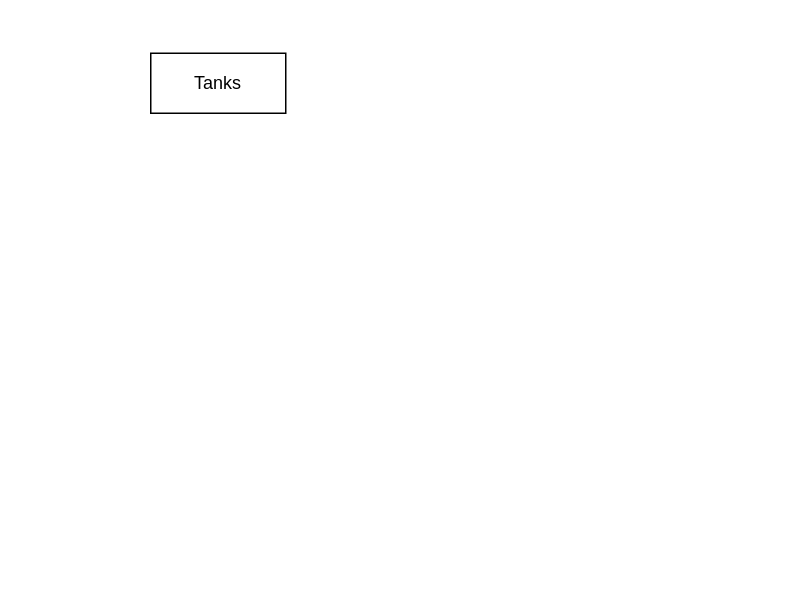
The draw.io diagram Tanks.drawio in bsawyerr/Ndrive, before the edit. Source tidied: cells renumbered, new cells numbered last; positions are measured from the earlier drawing's top-left corner, leaving out a move shared by most shapes. Both pictures are drawn from the tidied source at 150%, with x=0, y=0 at pixel (150, 52).
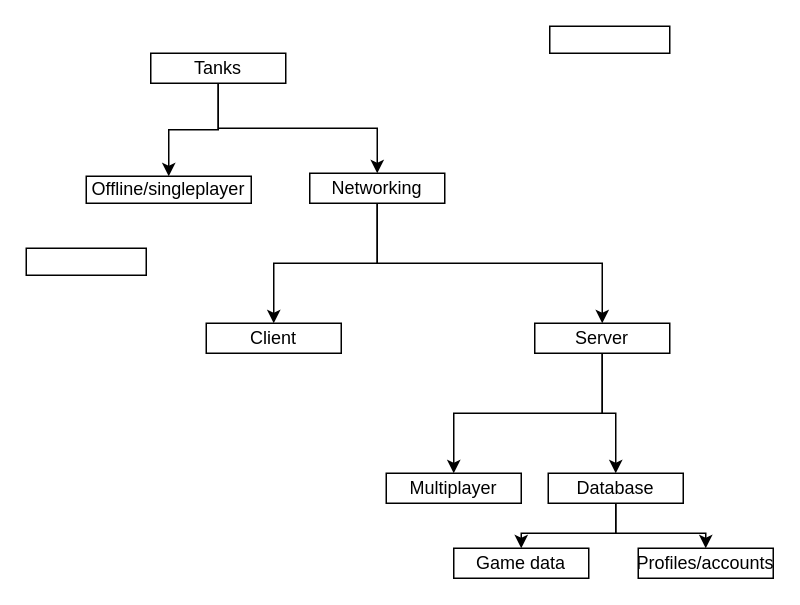
Above is the later version.

Change to the diagram source:
```diff
@@
+    <mxCell id="3" style="edgeStyle=orthogonalEdgeStyle;rounded=0;jettySize=auto;html=1;exitX=0.5;exitY=1;exitDx=0;exitDy=0;entryX=0.5;entryY=0;entryDx=0;entryDy=0;" parent="1" edge="1" source="2" target="7">
+      <mxGeometry relative="1" as="geometry" />
+    </mxCell>
+    <mxCell id="4" style="edgeStyle=orthogonalEdgeStyle;rounded=0;jettySize=auto;html=1;exitX=0.5;exitY=1;exitDx=0;exitDy=0;entryX=0.5;entryY=0;entryDx=0;entryDy=0;" parent="1" edge="1" source="2" target="11">
+      <mxGeometry relative="1" as="geometry">
+        <Array as="points">
+          <mxPoint x="45" y="51" />
+          <mxPoint x="12" y="51" />
+        </Array>
+      </mxGeometry>
+    </mxCell>
     <mxCell id="2" value="Tanks" style="rounded=0;whiteSpace=wrap;html=1;" parent="1" vertex="1">
-      <mxGeometry width="90" height="40" as="geometry" />
+      <mxGeometry width="90" height="20" as="geometry" />
     </mxCell>
+    <mxCell id="5" style="edgeStyle=orthogonalEdgeStyle;rounded=0;jettySize=auto;html=1;exitX=0.5;exitY=1;exitDx=0;exitDy=0;entryX=0.5;entryY=0;entryDx=0;entryDy=0;" parent="1" edge="1" source="7" target="10">
+      <mxGeometry relative="1" as="geometry" />
+    </mxCell>
+    <mxCell id="6" style="edgeStyle=orthogonalEdgeStyle;rounded=0;jettySize=auto;html=1;exitX=0.5;exitY=1;exitDx=0;exitDy=0;entryX=0.5;entryY=0;entryDx=0;entryDy=0;" parent="1" edge="1" source="7" target="16">
+      <mxGeometry relative="1" as="geometry" />
+    </mxCell>
+    <mxCell id="7" value="Networking" style="rounded=0;whiteSpace=wrap;html=1;" parent="1" vertex="1">
+      <mxGeometry x="106" y="80" width="90" height="20" as="geometry" />
+    </mxCell>
+    <mxCell id="8" style="edgeStyle=orthogonalEdgeStyle;rounded=0;jettySize=auto;html=1;exitX=0.5;exitY=1;exitDx=0;exitDy=0;entryX=0.5;entryY=0;entryDx=0;entryDy=0;" parent="1" edge="1" source="10" target="15">
+      <mxGeometry relative="1" as="geometry" />
+    </mxCell>
+    <mxCell id="9" style="edgeStyle=orthogonalEdgeStyle;rounded=0;jettySize=auto;html=1;exitX=0.5;exitY=1;exitDx=0;exitDy=0;entryX=0.5;entryY=0;entryDx=0;entryDy=0;" parent="1" edge="1" source="10" target="14">
+      <mxGeometry relative="1" as="geometry" />
+    </mxCell>
+    <mxCell id="10" value="Server" style="rounded=0;whiteSpace=wrap;html=1;" parent="1" vertex="1">
+      <mxGeometry x="256" y="180" width="90" height="20" as="geometry" />
+    </mxCell>
+    <mxCell id="11" value="Offline/singleplayer" style="rounded=0;whiteSpace=wrap;html=1;" parent="1" vertex="1">
+      <mxGeometry x="-43" y="82" width="110" height="18" as="geometry" />
+    </mxCell>
+    <mxCell id="12" style="edgeStyle=orthogonalEdgeStyle;rounded=0;jettySize=auto;html=1;exitX=0.5;exitY=1;exitDx=0;exitDy=0;entryX=0.5;entryY=0;entryDx=0;entryDy=0;" parent="1" edge="1" source="14" target="17">
+      <mxGeometry relative="1" as="geometry" />
+    </mxCell>
+    <mxCell id="13" style="edgeStyle=orthogonalEdgeStyle;rounded=0;jettySize=auto;html=1;exitX=0.5;exitY=1;exitDx=0;exitDy=0;" parent="1" edge="1" source="14" target="18">
+      <mxGeometry relative="1" as="geometry" />
+    </mxCell>
+    <mxCell id="14" value="Database" style="rounded=0;whiteSpace=wrap;html=1;" parent="1" vertex="1">
+      <mxGeometry x="265" y="280" width="90" height="20" as="geometry" />
+    </mxCell>
+    <mxCell id="15" value="Multiplayer" style="rounded=0;whiteSpace=wrap;html=1;" parent="1" vertex="1">
+      <mxGeometry x="157" y="280" width="90" height="20" as="geometry" />
+    </mxCell>
+    <mxCell id="16" value="Client" style="rounded=0;whiteSpace=wrap;html=1;" parent="1" vertex="1">
+      <mxGeometry x="37" y="180" width="90" height="20" as="geometry" />
+    </mxCell>
+    <mxCell id="17" value="Game data" style="rounded=0;whiteSpace=wrap;html=1;" parent="1" vertex="1">
+      <mxGeometry x="202" y="330" width="90" height="20" as="geometry" />
+    </mxCell>
+    <mxCell id="18" value="Profiles/accounts" style="rounded=0;whiteSpace=wrap;html=1;" parent="1" vertex="1">
+      <mxGeometry x="325" y="330" width="90" height="20" as="geometry" />
+    </mxCell>
+    <mxCell id="19" style="rounded=0;whiteSpace=wrap;html=1;" parent="1" vertex="1">
+      <mxGeometry x="266" y="-18" width="80" height="18" as="geometry" />
+    </mxCell>
+    <mxCell id="20" style="rounded=0;whiteSpace=wrap;html=1;" parent="1" vertex="1">
+      <mxGeometry x="-83" y="130" width="80" height="18" as="geometry" />
+    </mxCell>
```
